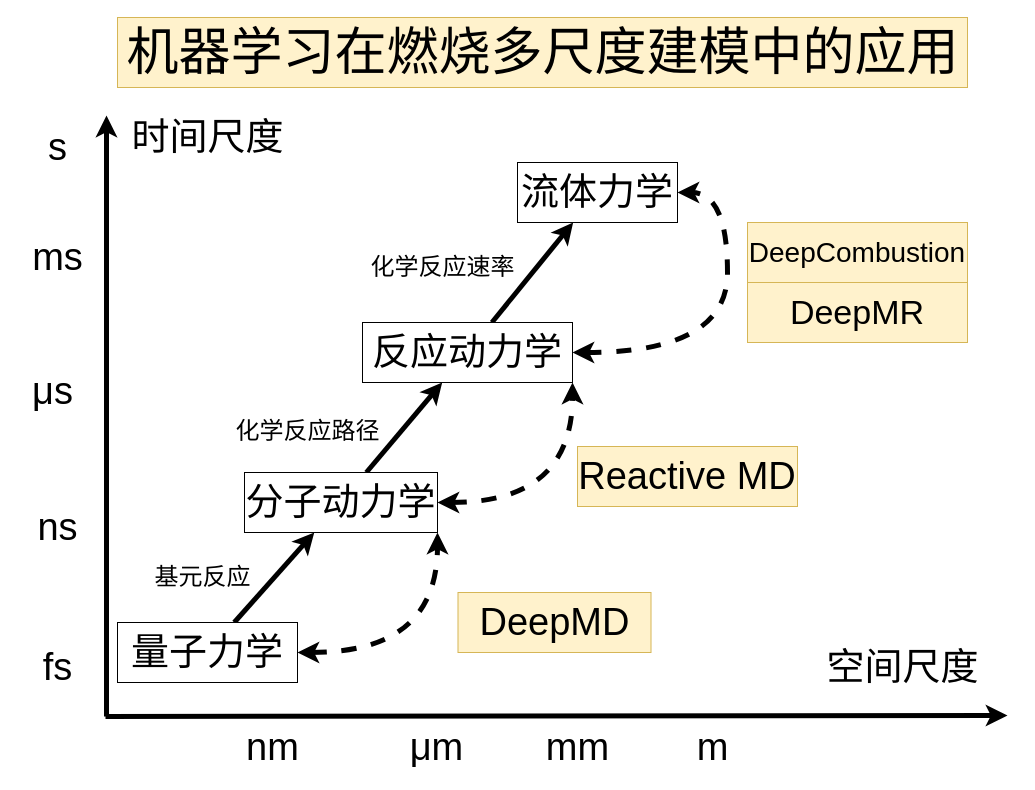
This is multiscale.drawio from tianhanz/helloworld, a draw.io file, before an edit. Source tidied: cells renumbered, new cells numbered last; positions are measured from the earlier drawing's top-left corner, leaving out a move shared by most shapes. Both pictures are drawn from the tidied source at 100%, with x=0, y=0 at pixel (22, 17).
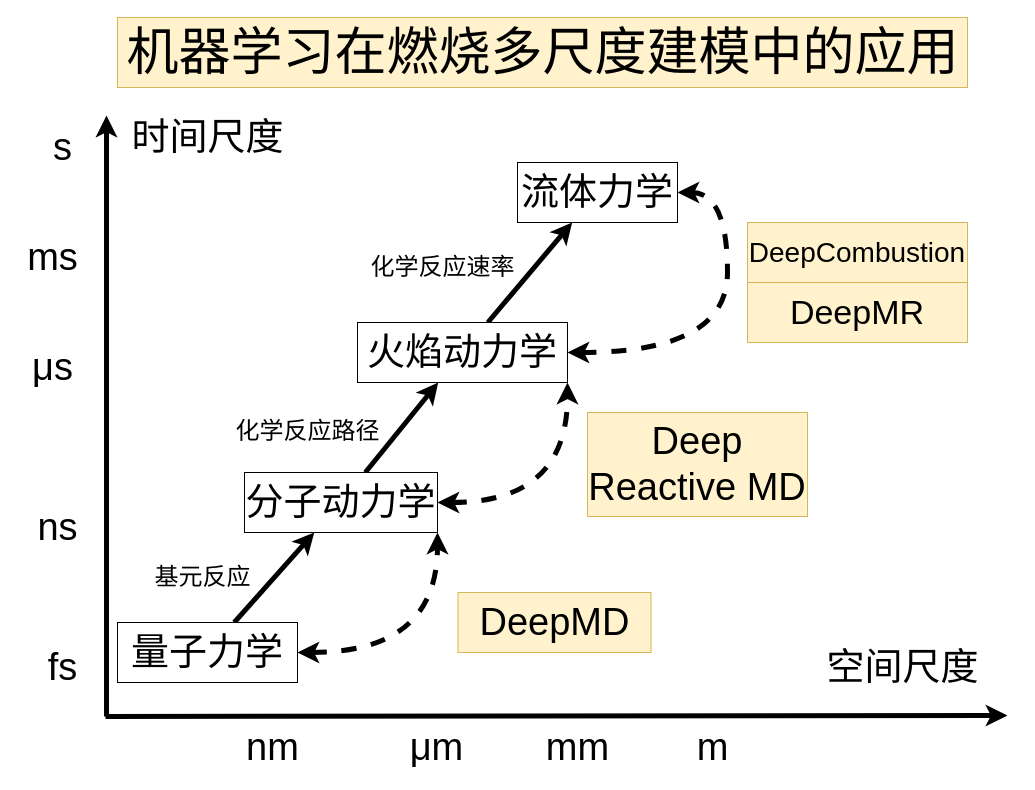
Above is the later version.

What changed in the source:
```diff
@@
     <mxCell id="11" value="μs" style="text;html=1;align=center;verticalAlign=middle;strokeColor=none;fillColor=none;fontSize=38;" parent="1" vertex="1">
-      <mxGeometry y="348.5" width="60" height="50" as="geometry" />
+      <mxGeometry y="325" width="60" height="50" as="geometry" />
     </mxCell>
     <mxCell id="12" value="ms" style="text;html=1;align=center;verticalAlign=middle;strokeColor=none;fillColor=none;fontSize=38;" parent="1" vertex="1">
-      <mxGeometry y="215" width="70" height="50" as="geometry" />
+      <mxGeometry x="-5" y="215" width="70" height="50" as="geometry" />
     </mxCell>
     <mxCell id="13" value="s" style="text;html=1;align=center;verticalAlign=middle;strokeColor=none;fillColor=none;fontSize=38;" parent="1" vertex="1">
-      <mxGeometry x="20" y="105" width="30" height="50" as="geometry" />
+      <mxGeometry x="25" y="105" width="30" height="50" as="geometry" />
     </mxCell>
@@
     <mxCell id="17" value="fs" style="text;html=1;align=center;verticalAlign=middle;strokeColor=none;fillColor=none;fontSize=38;" parent="1" vertex="1">
-      <mxGeometry x="10" y="625" width="50" height="50" as="geometry" />
+      <mxGeometry x="15" y="625" width="50" height="50" as="geometry" />
     </mxCell>
@@
-    <mxCell id="23" value="反应动力学" style="whiteSpace=wrap;html=1;fontSize=38;rounded=0;labelBackgroundColor=none;" parent="1" vertex="1">
-      <mxGeometry x="340" y="305" width="210" height="60" as="geometry" />
+    <mxCell id="23" value="火焰动力学" style="whiteSpace=wrap;html=1;fontSize=38;rounded=0;labelBackgroundColor=none;" parent="1" vertex="1">
+      <mxGeometry x="335" y="305" width="210" height="60" as="geometry" />
     </mxCell>
@@
-    <mxCell id="29" value="Reactive MD" style="whiteSpace=wrap;html=1;fontSize=38;rounded=0;labelBackgroundColor=none;fillColor=#fff2cc;strokeColor=#d6b656;" parent="1" vertex="1">
-      <mxGeometry x="555" y="429" width="220" height="60" as="geometry" />
+    <mxCell id="29" value="Deep Reactive MD" style="whiteSpace=wrap;html=1;fontSize=38;rounded=0;labelBackgroundColor=none;fillColor=#fff2cc;strokeColor=#d6b656;" parent="1" vertex="1">
+      <mxGeometry x="565" y="395" width="220" height="104" as="geometry" />
     </mxCell>
```
